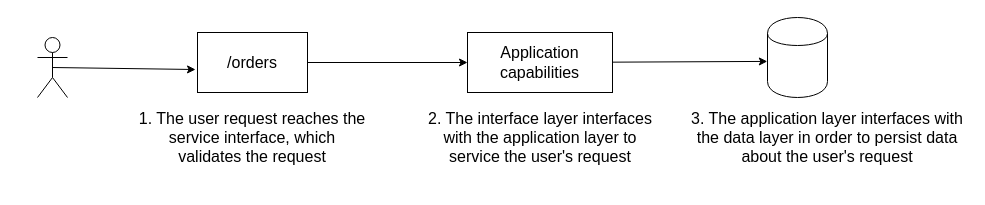
abunuwas/microservices-apis-img keeps this draw.io diagram as page "2.4" (4 of 12) of ch02.drawio. Above is the earlier version. Source tidied: cells renumbered, new cells numbered last; positions are measured from the earlier drawing's top-left corner, leaving out a move shared by most shapes. Both pictures are drawn from the tidied source at 100%, with x=0, y=0 at pixel (37, 17).
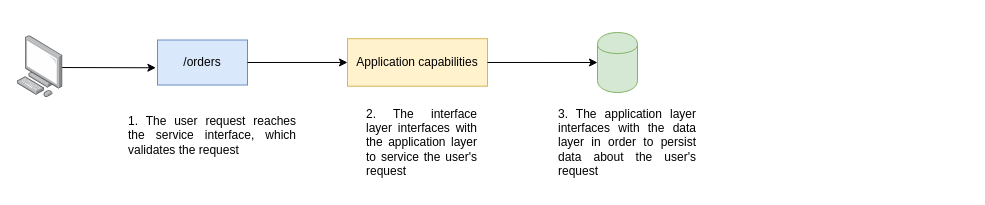
The same diagram, later.

What changed in the source:
```diff
@@
 <mxGraphModel>
   <root>
     <mxCell id="0" />
     <mxCell id="1" parent="0" />
-    <mxCell id="2" style="shape=umlActor;verticalLabelPosition=bottom;verticalAlign=top;html=1;outlineConnect=0;strokeColor=#000000;" parent="1" vertex="1">
-      <mxGeometry y="20" width="30" height="60" as="geometry" />
-    </mxCell>
-    <mxCell id="3" style="shape=cylinder;whiteSpace=wrap;html=1;boundedLbl=1;backgroundOutline=1;strokeColor=#000000;" parent="1" vertex="1">
-      <mxGeometry x="730" width="60" height="80" as="geometry" />
+    <mxCell id="3" style="shape=cylinder;whiteSpace=wrap;html=1;boundedLbl=1;backgroundOutline=1;strokeColor=#82b366;fillColor=#d5e8d4;" parent="1" vertex="1">
+      <mxGeometry x="560" y="15" width="40" height="60" as="geometry" />
     </mxCell>
-    <mxCell id="4" value="&lt;font style=&quot;font-size: 16px&quot;&gt;/orders&lt;/font&gt;" style="text;html=1;fillColor=none;align=center;verticalAlign=middle;whiteSpace=wrap;rounded=0;strokeColor=#000000;" parent="1" vertex="1">
-      <mxGeometry x="160" y="15" width="110" height="60" as="geometry" />
+    <mxCell id="4" value="&lt;font style=&quot;font-size: 12px&quot;&gt;/orders&lt;/font&gt;" style="text;html=1;fillColor=#dae8fc;align=center;verticalAlign=middle;whiteSpace=wrap;rounded=0;strokeColor=#6c8ebf;" parent="1" vertex="1">
+      <mxGeometry x="120" y="22.5" width="90" height="45" as="geometry" />
     </mxCell>
-    <mxCell id="5" style="endArrow=classic;html=1;entryX=-0.018;entryY=0.617;entryDx=0;entryDy=0;exitX=0.5;exitY=0.5;exitDx=0;exitDy=0;exitPerimeter=0;entryPerimeter=0;" parent="1" edge="1" source="2" target="4">
-      <mxGeometry relative="1" as="geometry" />
+    <mxCell id="5" style="endArrow=classic;html=1;entryX=-0.018;entryY=0.617;entryDx=0;entryDy=0;exitX=0.5;exitY=0.5;exitDx=0;exitDy=0;exitPerimeter=0;entryPerimeter=0;" parent="1" edge="1" target="4">
+      <mxGeometry relative="1" as="geometry">
+        <mxPoint x="15" y="50" as="sourcePoint" />
+      </mxGeometry>
     </mxCell>
-    <mxCell id="6" value="&lt;font style=&quot;font-size: 16px&quot;&gt;Application capabilities&lt;/font&gt;" style="text;html=1;fillColor=none;align=center;verticalAlign=middle;whiteSpace=wrap;rounded=0;strokeColor=#000000;" parent="1" vertex="1">
-      <mxGeometry x="430" y="15" width="145" height="60" as="geometry" />
+    <mxCell id="6" value="&lt;font style=&quot;font-size: 12px&quot;&gt;Application capabilities&lt;/font&gt;" style="text;html=1;fillColor=#fff2cc;align=center;verticalAlign=middle;whiteSpace=wrap;rounded=0;strokeColor=#d6b656;" parent="1" vertex="1">
+      <mxGeometry x="310" y="21.2" width="140" height="47.5" as="geometry" />
     </mxCell>
     <mxCell id="7" style="endArrow=classic;html=1;exitX=1;exitY=0.5;exitDx=0;exitDy=0;" parent="1" edge="1" source="4" target="6">
       <mxGeometry relative="1" as="geometry" />
     </mxCell>
-    <mxCell id="8" style="endArrow=classic;html=1;entryX=-0.003;entryY=0.549;entryDx=0;entryDy=0;entryPerimeter=0;" parent="1" edge="1" source="6" target="3">
+    <mxCell id="8" style="endArrow=classic;html=1;entryX=0;entryY=0.5;entryDx=0;entryDy=0;" parent="1" edge="1" source="6" target="3">
       <mxGeometry relative="1" as="geometry" />
     </mxCell>
-    <mxCell id="9" value="&lt;font style=&quot;font-size: 16px&quot;&gt;1. The user request reaches the service interface, which validates the request&lt;/font&gt;" style="text;html=1;strokeColor=none;fillColor=none;align=center;verticalAlign=middle;whiteSpace=wrap;rounded=0;" parent="1" vertex="1">
-      <mxGeometry x="100" y="85" width="230" height="70" as="geometry" />
+    <mxCell id="9" value="&lt;div style=&quot;text-align: justify&quot;&gt;&lt;span&gt;1. The user request reaches the service interface, which validates the request&lt;/span&gt;&lt;/div&gt;" style="text;html=1;strokeColor=none;fillColor=none;align=center;verticalAlign=middle;whiteSpace=wrap;rounded=0;" parent="1" vertex="1">
+      <mxGeometry x="90" y="80" width="170" height="75" as="geometry" />
     </mxCell>
-    <mxCell id="10" value="&lt;font style=&quot;font-size: 16px&quot;&gt;2. The interface layer interfaces with the application layer to service the user's request&lt;/font&gt;" style="text;html=1;strokeColor=none;fillColor=none;align=center;verticalAlign=middle;whiteSpace=wrap;rounded=0;" parent="1" vertex="1">
-      <mxGeometry x="388.8" y="80" width="227.5" height="80" as="geometry" />
+    <mxCell id="10" value="&lt;blockquote style=&quot;text-align: justify ; margin: 0px 0px 0px 40px ; border: none ; padding: 0px&quot;&gt;&lt;font style=&quot;font-size: 12px&quot;&gt;2. The interface layer interfaces with the application layer to service the user's request&lt;/font&gt;&lt;/blockquote&gt;" style="text;html=1;strokeColor=none;fillColor=none;align=center;verticalAlign=middle;whiteSpace=wrap;rounded=0;" parent="1" vertex="1">
+      <mxGeometry x="288" y="95" width="153.1" height="60" as="geometry" />
     </mxCell>
-    <mxCell id="11" value="&lt;font style=&quot;font-size: 16px&quot;&gt;3. The application layer interfaces with the data layer in order to persist data about the user's request&lt;/font&gt;" style="text;html=1;strokeColor=none;fillColor=none;align=center;verticalAlign=middle;whiteSpace=wrap;rounded=0;" parent="1" vertex="1">
-      <mxGeometry x="650" y="80" width="280" height="80" as="geometry" />
+    <mxCell id="11" value="&lt;div style=&quot;text-align: justify&quot;&gt;&lt;span&gt;3. The application layer interfaces with the data layer in order to persist data about the user's request&lt;/span&gt;&lt;/div&gt;" style="text;html=1;strokeColor=none;fillColor=none;align=center;verticalAlign=middle;whiteSpace=wrap;rounded=0;" parent="1" vertex="1">
+      <mxGeometry x="520" y="80" width="140" height="90" as="geometry" />
     </mxCell>
+    <mxCell id="12" style="html=1;align=center;shadow=0;dashed=0;image;image=img/lib/allied_telesis/computer_and_terminals/Personal_Computer.svg;" parent="1" vertex="1">
+      <mxGeometry x="-20" y="18.2" width="45.6" height="61.8" as="geometry" />
+    </mxCell>
   </root>
 </mxGraphModel>
```
